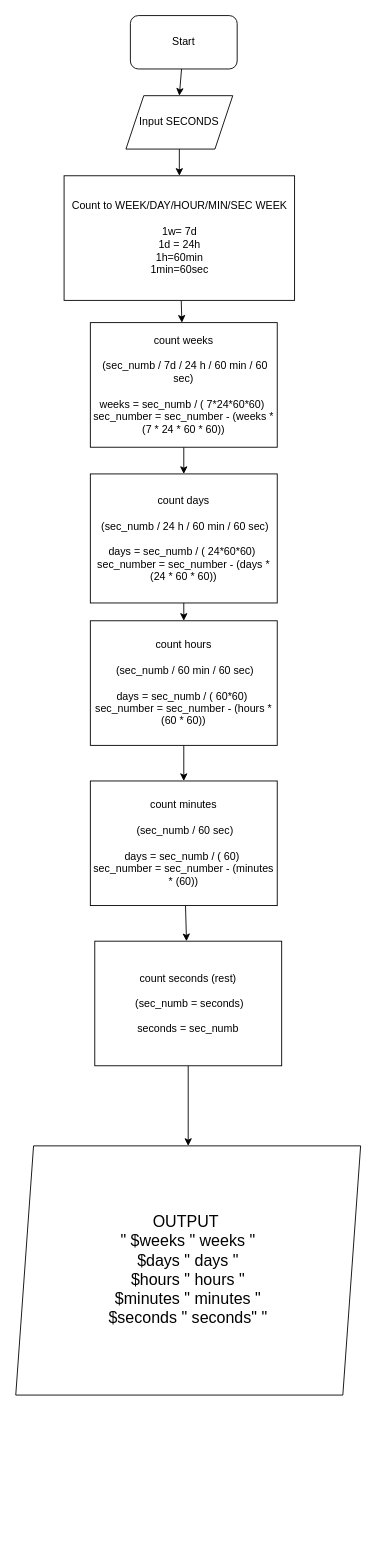
Before: page "TIME" (1 of 3) of Gerlinde/intermediate/intermediate.drawio in Gerlinde888/FE16-AlgoDS-Day1-Sanja-Gerlinde, a draw.io diagram. Source tidied: cells renumbered, new cells numbered last; positions are measured from the earlier drawing's top-left corner, leaving out a move shared by most shapes. Both pictures are drawn from the tidied source at 89%, with x=0, y=0 at pixel (15, 15).
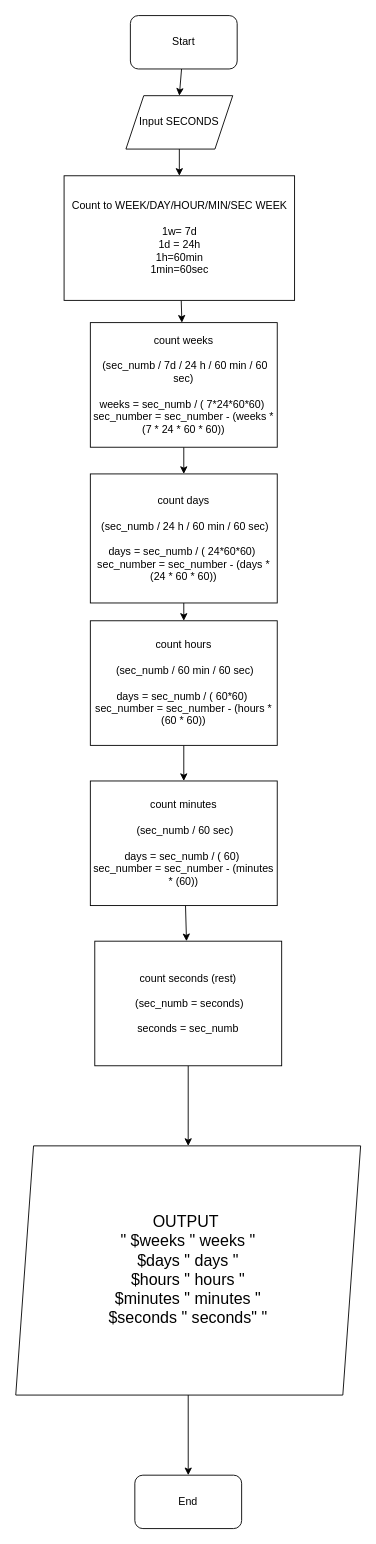
Above is the later version.

Unchanged cells that the change refers to:
```xml
<mxCell id="18" value="&lt;font style=&quot;font-size: 18px&quot;&gt;OUTPUT&amp;nbsp; &lt;br&gt;&quot; $weeks &quot; weeks &quot; &lt;br&gt;$days &quot; days &quot; &lt;br&gt;$hours &quot; hours &quot; &lt;br&gt;$minutes &quot; minutes &quot; &lt;br&gt;$seconds &quot; seconds&quot; &quot;&lt;/font&gt;" style="shape=parallelogram;perimeter=parallelogramPerimeter;whiteSpace=wrap;html=1;fixedSize=1;" parent="1" vertex="1">
  <mxGeometry x="0.2" y="1270" width="387.5" height="280" as="geometry" />
</mxCell>
```

What changed in the source:
```diff
@@
+    <mxCell id="19" style="edgeStyle=none;html=1;fontSize=18;" parent="1" edge="1" source="18" target="20">
+      <mxGeometry relative="1" as="geometry" />
+    </mxCell>
@@
+    <mxCell id="20" value="End" style="rounded=1;whiteSpace=wrap;html=1;" parent="1" vertex="1">
+      <mxGeometry x="134" y="1640" width="120" height="60" as="geometry" />
+    </mxCell>
```
